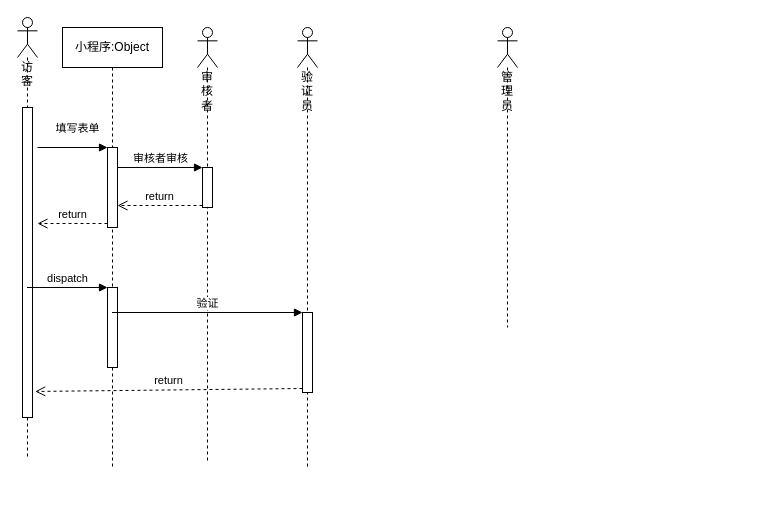
Before: visitor_registration.drawio in islwx/Note, a draw.io diagram. Source tidied: cells renumbered, new cells numbered last; positions are measured from the earlier drawing's top-left corner, leaving out a move shared by most shapes. Both pictures are drawn from the tidied source at 100%, with x=0, y=0 at pixel (17, 17).
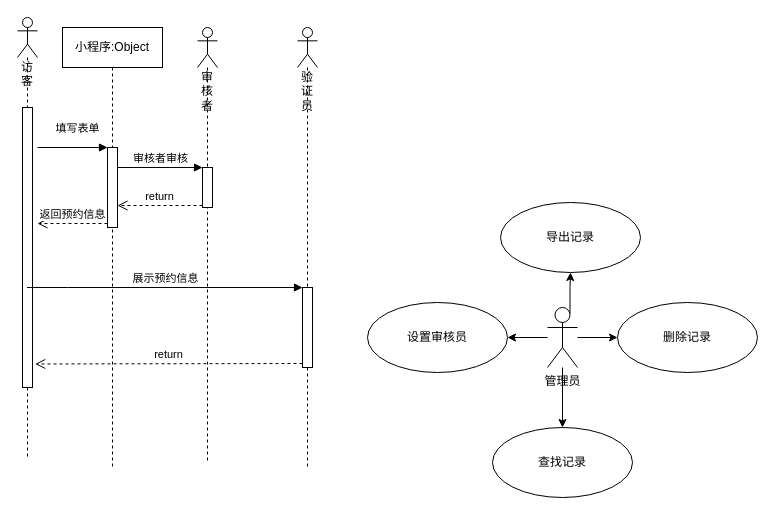
The same page after the edit.

The change refers to these unchanged cells:
```xml
<mxCell id="2" value="小程序:Object" style="shape=umlLifeline;perimeter=lifelinePerimeter;whiteSpace=wrap;html=1;outlineConnect=0;" parent="1" vertex="1">
  <mxGeometry x="45" y="10" width="100" height="440" as="geometry" />
</mxCell>
<mxCell id="4" value="访客" style="shape=umlLifeline;participant=umlActor;perimeter=lifelinePerimeter;whiteSpace=wrap;html=1;verticalAlign=top;spacingTop=36;outlineConnect=0;" parent="1" vertex="1">
  <mxGeometry width="20" height="440" as="geometry" />
</mxCell>
<mxCell id="7" value="验证员" style="shape=umlLifeline;participant=umlActor;perimeter=lifelinePerimeter;whiteSpace=wrap;html=1;verticalAlign=top;spacingTop=36;" parent="1" vertex="1">
  <mxGeometry x="280" y="10" width="20" height="440" as="geometry" />
</mxCell>
<mxCell id="10" style="html=1;points=[];perimeter=orthogonalPerimeter;" parent="1" vertex="1">
  <mxGeometry x="90" y="130" width="10" height="80" as="geometry" />
</mxCell>
```

Change to the diagram source:
```diff
@@
-    <mxCell id="3" style="html=1;points=[];perimeter=orthogonalPerimeter;" parent="2" vertex="1">
-      <mxGeometry x="45" y="260" width="10" height="80" as="geometry" />
-    </mxCell>
@@
     <mxCell id="5" style="html=1;points=[];perimeter=orthogonalPerimeter;" parent="4" vertex="1">
-      <mxGeometry x="5" y="90" width="10" height="310" as="geometry" />
+      <mxGeometry x="5" y="90" width="10" height="280" as="geometry" />
     </mxCell>
@@
     <mxCell id="8" style="html=1;points=[];perimeter=orthogonalPerimeter;" parent="7" vertex="1">
-      <mxGeometry x="5" y="285" width="10" height="80" as="geometry" />
+      <mxGeometry x="5" y="260" width="10" height="80" as="geometry" />
     </mxCell>
-    <mxCell id="9" value="管理员" style="shape=umlLifeline;participant=umlActor;perimeter=lifelinePerimeter;whiteSpace=wrap;html=1;verticalAlign=top;spacingTop=36;outlineConnect=0;" parent="1" vertex="1">
-      <mxGeometry x="480" y="10" width="20" height="300" as="geometry" />
-    </mxCell>
@@
-    <mxCell id="12" value="return" style="html=1;verticalAlign=bottom;endArrow=open;dashed=1;endSize=8;exitX=0;exitY=0.95;rounded=0;" parent="1" edge="1" source="10">
+    <mxCell id="12" value="返回预约信息" style="html=1;verticalAlign=bottom;endArrow=open;dashed=1;endSize=8;exitX=0;exitY=0.95;rounded=0;" parent="1" edge="1" source="10">
       <mxGeometry relative="1" as="geometry">
         <mxPoint x="20" y="206" as="targetPoint" />
       </mxGeometry>
     </mxCell>
@@
-    <mxCell id="16" value="dispatch" style="html=1;verticalAlign=bottom;endArrow=block;entryX=0;entryY=0;rounded=0;" parent="1" edge="1" source="4" target="3">
-      <mxGeometry relative="1" as="geometry" />
+    <mxCell id="16" value="展示预约信息" style="html=1;verticalAlign=bottom;endArrow=block;rounded=0;" parent="1" edge="1" source="4" target="8">
+      <mxGeometry relative="1" as="geometry">
+        <Array as="points">
+          <mxPoint x="50" y="270" />
+        </Array>
+      </mxGeometry>
     </mxCell>
-    <mxCell id="17" value="验证" style="html=1;verticalAlign=bottom;endArrow=block;entryX=0;entryY=0;rounded=0;" parent="1" edge="1" source="2" target="8">
-      <mxGeometry relative="1" as="geometry" />
-    </mxCell>
@@
+    <mxCell id="19" style="edgeStyle=orthogonalEdgeStyle;rounded=0;jettySize=auto;html=1;" parent="1" edge="1" source="9" target="24">
+      <mxGeometry relative="1" as="geometry" />
+    </mxCell>
+    <mxCell id="20" style="edgeStyle=orthogonalEdgeStyle;rounded=0;jettySize=auto;html=1;exitX=0.75;exitY=0.1;exitDx=0;exitDy=0;exitPerimeter=0;" parent="1" edge="1" source="9" target="23">
+      <mxGeometry relative="1" as="geometry" />
+    </mxCell>
+    <mxCell id="21" style="edgeStyle=orthogonalEdgeStyle;rounded=0;jettySize=auto;html=1;" parent="1" edge="1" source="9" target="25">
+      <mxGeometry relative="1" as="geometry" />
+    </mxCell>
+    <mxCell id="22" style="edgeStyle=orthogonalEdgeStyle;rounded=0;jettySize=auto;html=1;" parent="1" edge="1" source="9" target="26">
+      <mxGeometry relative="1" as="geometry" />
+    </mxCell>
+    <mxCell id="9" value="管理员" style="shape=umlActor;verticalLabelPosition=bottom;verticalAlign=top;html=1;" parent="1" vertex="1">
+      <mxGeometry x="530" y="290" width="30" height="60" as="geometry" />
+    </mxCell>
+    <mxCell id="23" value="导出记录" style="ellipse;whiteSpace=wrap;html=1;" parent="1" vertex="1">
+      <mxGeometry x="483" y="185" width="140" height="70" as="geometry" />
+    </mxCell>
+    <mxCell id="24" value="设置审核员" style="ellipse;whiteSpace=wrap;html=1;" parent="1" vertex="1">
+      <mxGeometry x="350" y="285" width="140" height="70" as="geometry" />
+    </mxCell>
+    <mxCell id="25" value="删除记录" style="ellipse;whiteSpace=wrap;html=1;" parent="1" vertex="1">
+      <mxGeometry x="600" y="285" width="140" height="70" as="geometry" />
+    </mxCell>
+    <mxCell id="26" value="查找记录" style="ellipse;whiteSpace=wrap;html=1;" parent="1" vertex="1">
+      <mxGeometry x="475" y="410" width="140" height="70" as="geometry" />
+    </mxCell>
```
